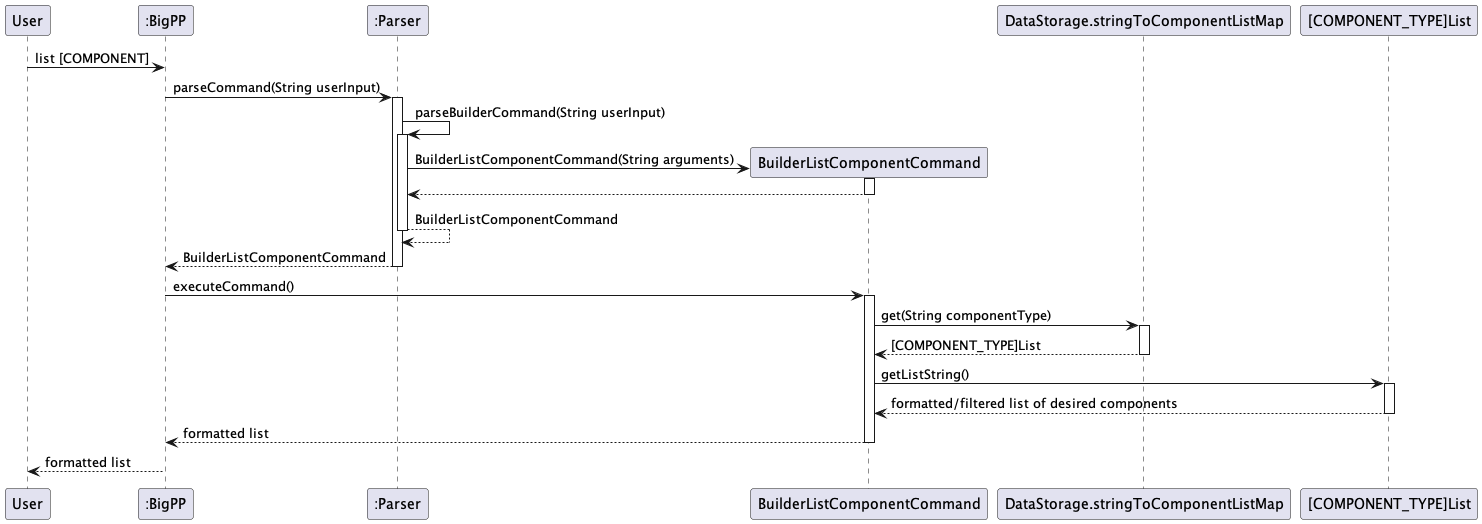
typingpanda/tp keeps this PlantUML diagram as docs/uml-pictures/listComponentCommand.png. Above is the earlier version.
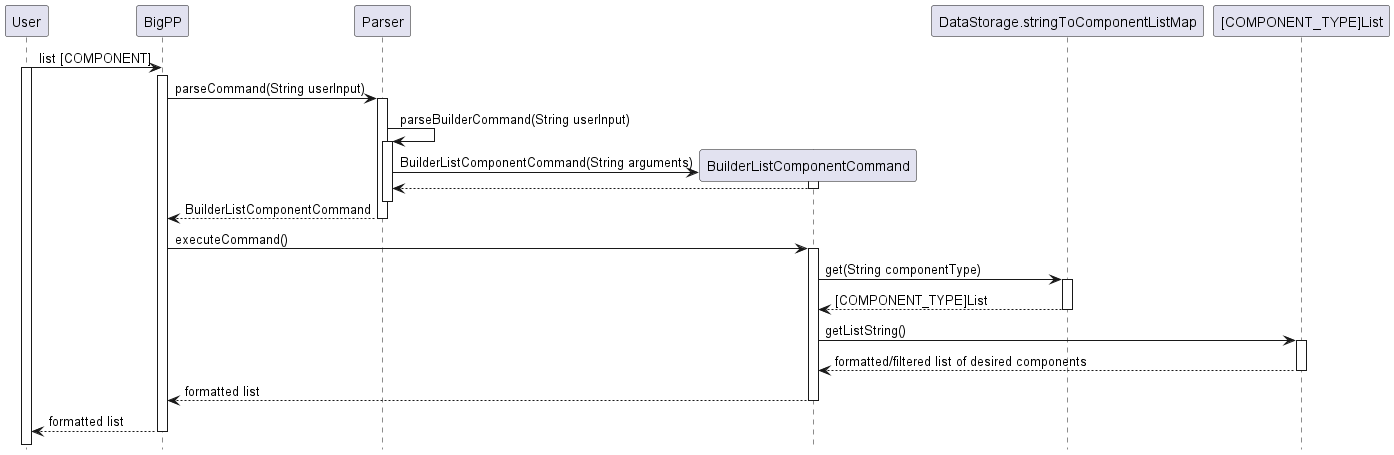
After the commit.

Diff of the diagram source:
```diff
@@ -1,29 +1,44 @@
 @startuml
-"User" -> ":BigPP" : list [COMPONENT]
-":BigPP" -> ":Parser" : parseCommand(String userInput)
-activate ":Parser"
-":Parser" -> ":Parser" : parseBuilderCommand(String userInput)
-activate ":Parser"
+!pragma teoz true
+hide footbox
+
+User -> BigPP : list [COMPONENT]
+activate User
+activate BigPP
+
+BigPP -> Parser : parseCommand(String userInput)
+activate Parser
+
+Parser -> Parser : parseBuilderCommand(String userInput)
+activate Parser
 create BuilderListComponentCommand
-":Parser" -> BuilderListComponentCommand : BuilderListComponentCommand(String arguments)
+
+Parser -> BuilderListComponentCommand : BuilderListComponentCommand(String arguments)
 activate BuilderListComponentCommand
-BuilderListComponentCommand --> ":Parser"
+BuilderListComponentCommand --> Parser
 deactivate BuilderListComponentCommand
-":Parser" --> ":Parser": BuilderListComponentCommand
-deactivate ":Parser"
-":Parser" --> ":BigPP" : BuilderListComponentCommand
-deactivate ":Parser"
-":BigPP" -> BuilderListComponentCommand : executeCommand()
+
+deactivate Parser
+Parser --> BigPP: BuilderListComponentCommand
+deactivate Parser
+
+BigPP -> BuilderListComponentCommand : executeCommand()
 activate BuilderListComponentCommand
-BuilderListComponentCommand -> "DataStorage.stringToComponentListMap" : get(String componentType)
-activate "DataStorage.stringToComponentListMap"
-"DataStorage.stringToComponentListMap" --> BuilderListComponentCommand : [COMPONENT_TYPE]List
-deactivate "DataStorage.stringToComponentListMap"
+BuilderListComponentCommand -> DataStorage.stringToComponentListMap : get(String componentType)
+activate DataStorage.stringToComponentListMap
+DataStorage.stringToComponentListMap --> BuilderListComponentCommand : [COMPONENT_TYPE]List
+deactivate DataStorage.stringToComponentListMap
+
 BuilderListComponentCommand -> "[COMPONENT_TYPE]List" : getListString()
 activate "[COMPONENT_TYPE]List"
 "[COMPONENT_TYPE]List" --> BuilderListComponentCommand : formatted/filtered list of desired components
 deactivate "[COMPONENT_TYPE]List"
-BuilderListComponentCommand --> ":BigPP" : formatted list
+
+BuilderListComponentCommand --> BigPP : formatted list
 deactivate BuilderListComponentCommand
-":BigPP" --> User : formatted list
+
+BigPP --> User : formatted list
+deactivate BigPP
+deactivate User
+
 @enduml
```
